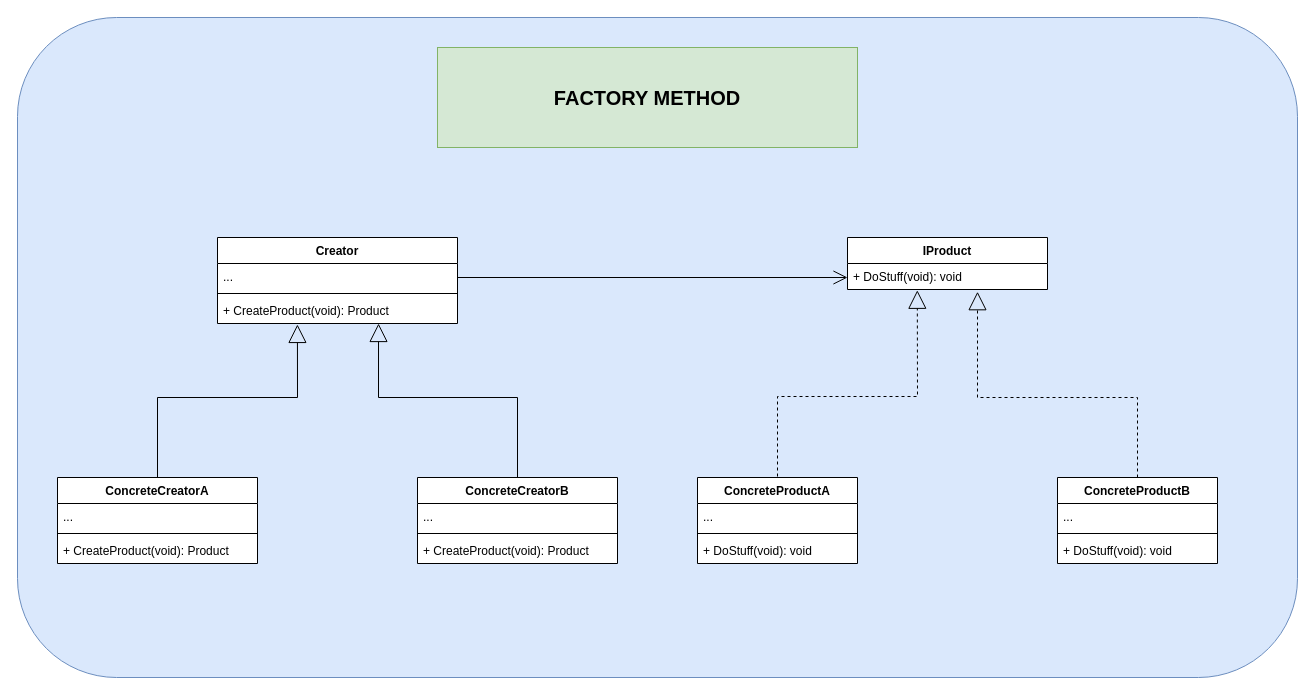
The draw.io diagram CreationalDesignPatterns/FactoryMethod/FactoryMethodArch.drawio in rafacc1414/DesignPatterns, before the edit. Source tidied: cells renumbered, new cells numbered last; positions are measured from the earlier drawing's top-left corner, leaving out a move shared by most shapes. Both pictures are drawn from the tidied source at 100%, with x=0, y=0 at pixel (17, 17).
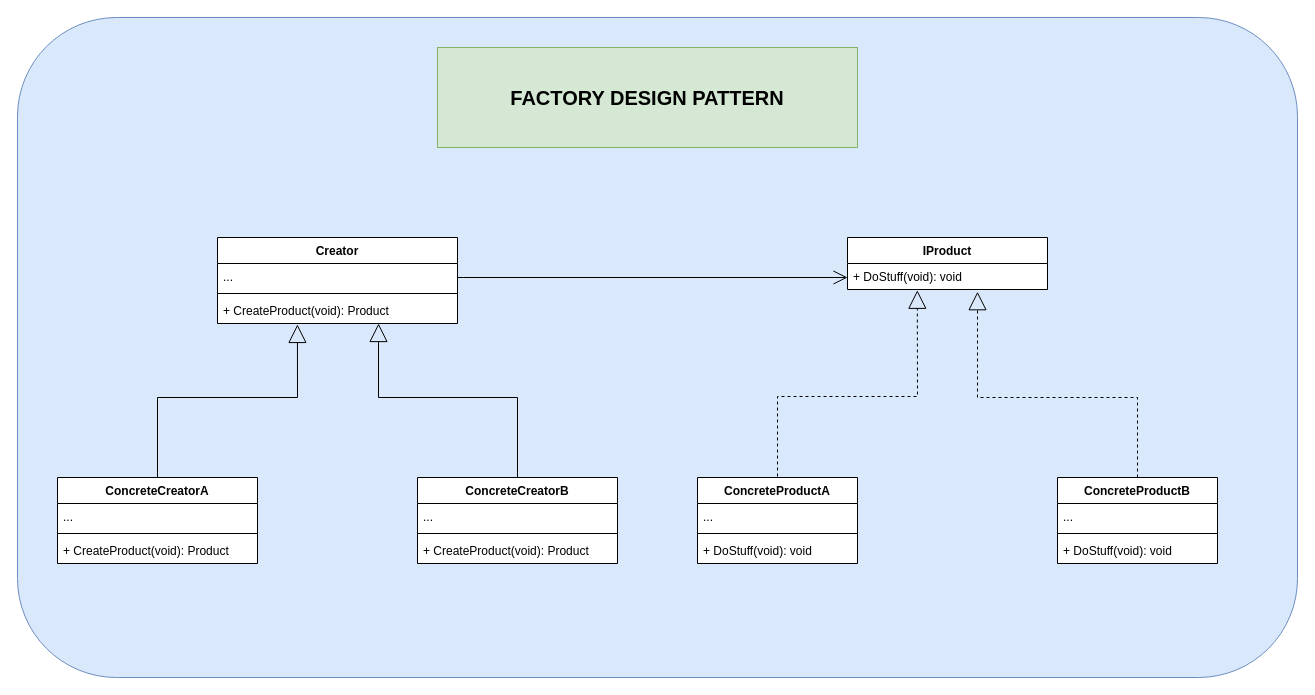
The same diagram, later.

The edit, as a diff of the source:
```diff
@@
-    <mxCell id="30" value="&lt;font size=&quot;1&quot; style=&quot;&quot;&gt;&lt;b style=&quot;font-size: 20px;&quot;&gt;FACTORY METHOD&lt;/b&gt;&lt;/font&gt;" style="rounded=0;whiteSpace=wrap;html=1;fillColor=#d5e8d4;strokeColor=#82b366;" parent="1" vertex="1">
+    <mxCell id="30" value="&lt;font size=&quot;1&quot; style=&quot;&quot;&gt;&lt;b style=&quot;font-size: 20px;&quot;&gt;FACTORY DESIGN PATTERN&lt;/b&gt;&lt;/font&gt;" style="rounded=0;whiteSpace=wrap;html=1;fillColor=#d5e8d4;strokeColor=#82b366;" parent="1" vertex="1">
       <mxGeometry x="420" y="30" width="420" height="100" as="geometry" />
     </mxCell>
```
